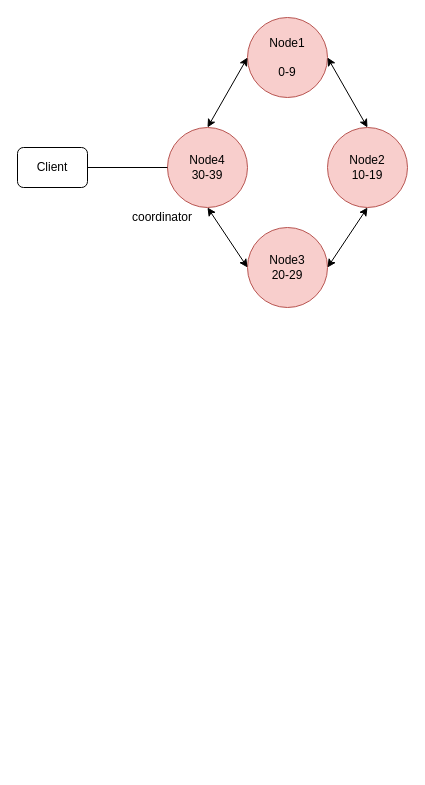
Above: page "Page-1" (1 of 2) of cassandra_learn.drawio in zhangwm1987/mydraw_io (draw.io), before the change. Source tidied: cells renumbered, new cells numbered last; positions are measured from the earlier drawing's top-left corner, leaving out a move shared by most shapes. Both pictures are drawn from the tidied source at 100%, with x=0, y=0 at pixel (17, 17).
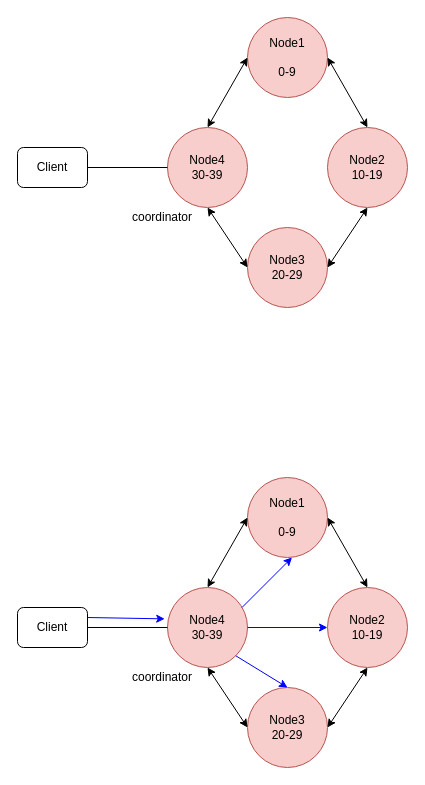
The same diagram, later.

The edit, as a diff of the source:
```diff
@@
+    <mxCell id="13" value="Node1&lt;br&gt;&lt;br&gt;0-9&lt;br&gt;" style="ellipse;whiteSpace=wrap;html=1;fillColor=#f8cecc;strokeColor=#b85450;" parent="1" vertex="1">
+      <mxGeometry x="230" y="460" width="80" height="80" as="geometry" />
+    </mxCell>
+    <mxCell id="14" value="Node4&lt;br&gt;30-39&lt;br&gt;" style="ellipse;whiteSpace=wrap;html=1;fillColor=#f8cecc;strokeColor=#b85450;" parent="1" vertex="1">
+      <mxGeometry x="150" y="570" width="80" height="80" as="geometry" />
+    </mxCell>
+    <mxCell id="15" value="Node2&lt;br&gt;10-19&lt;br&gt;" style="ellipse;whiteSpace=wrap;html=1;fillColor=#f8cecc;strokeColor=#b85450;" parent="1" vertex="1">
+      <mxGeometry x="310" y="570" width="80" height="80" as="geometry" />
+    </mxCell>
+    <mxCell id="16" value="Node3&lt;br&gt;20-29&lt;br&gt;" style="ellipse;whiteSpace=wrap;html=1;fillColor=#f8cecc;strokeColor=#b85450;" parent="1" vertex="1">
+      <mxGeometry x="230" y="670" width="80" height="80" as="geometry" />
+    </mxCell>
+    <mxCell id="17" style="endArrow=classic;startArrow=classic;html=1;entryX=0;entryY=0.5;entryDx=0;entryDy=0;exitX=0.5;exitY=0;exitDx=0;exitDy=0;" parent="1" edge="1" source="14" target="13">
+      <mxGeometry relative="1" as="geometry" />
+    </mxCell>
+    <mxCell id="18" style="endArrow=classic;startArrow=classic;html=1;entryX=0.5;entryY=1;entryDx=0;entryDy=0;exitX=0;exitY=0.5;exitDx=0;exitDy=0;" parent="1" edge="1" source="16" target="14">
+      <mxGeometry relative="1" as="geometry" />
+    </mxCell>
+    <mxCell id="19" style="endArrow=classic;startArrow=classic;html=1;entryX=0.5;entryY=1;entryDx=0;entryDy=0;exitX=1;exitY=0.5;exitDx=0;exitDy=0;" parent="1" edge="1" source="16" target="15">
+      <mxGeometry relative="1" as="geometry" />
+    </mxCell>
+    <mxCell id="20" style="endArrow=classic;startArrow=classic;html=1;entryX=0.5;entryY=0;entryDx=0;entryDy=0;exitX=1;exitY=0.5;exitDx=0;exitDy=0;" parent="1" edge="1" source="13" target="15">
+      <mxGeometry relative="1" as="geometry" />
+    </mxCell>
+    <mxCell id="21" value="Client" style="rounded=1;whiteSpace=wrap;html=1;" parent="1" vertex="1">
+      <mxGeometry y="590" width="70" height="40" as="geometry" />
+    </mxCell>
+    <mxCell id="22" style="endArrow=none;html=1;entryX=0;entryY=0.5;entryDx=0;entryDy=0;exitX=1;exitY=0.5;exitDx=0;exitDy=0;" parent="1" edge="1" source="21" target="14">
+      <mxGeometry relative="1" as="geometry" />
+    </mxCell>
+    <mxCell id="23" value="coordinator" style="text;html=1;strokeColor=none;fillColor=none;align=center;verticalAlign=middle;whiteSpace=wrap;rounded=0;" parent="1" vertex="1">
+      <mxGeometry x="90" y="650" width="110" height="20" as="geometry" />
+    </mxCell>
+    <mxCell id="24" style="endArrow=classic;html=1;entryX=-0.035;entryY=0.392;entryDx=0;entryDy=0;entryPerimeter=0;fillColor=#f8cecc;strokeColor=#0000FF;" parent="1" edge="1" target="14">
+      <mxGeometry relative="1" as="geometry">
+        <mxPoint x="70" y="600" as="sourcePoint" />
+      </mxGeometry>
+    </mxCell>
+    <mxCell id="25" style="endArrow=classic;html=1;strokeColor=#0000FF;" parent="1" edge="1">
+      <mxGeometry relative="1" as="geometry">
+        <mxPoint x="224.5" y="590" as="sourcePoint" />
+        <mxPoint x="274.5" y="540" as="targetPoint" />
+      </mxGeometry>
+    </mxCell>
+    <mxCell id="26" style="endArrow=classic;html=1;strokeColor=#0000FF;entryX=0;entryY=0.5;entryDx=0;entryDy=0;exitX=1;exitY=0.5;exitDx=0;exitDy=0;" parent="1" edge="1" source="14" target="15">
+      <mxGeometry relative="1" as="geometry" />
+    </mxCell>
+    <mxCell id="27" style="endArrow=classic;html=1;strokeColor=#0000FF;entryX=0.5;entryY=0;entryDx=0;entryDy=0;exitX=1;exitY=1;exitDx=0;exitDy=0;" parent="1" edge="1" source="14" target="16">
+      <mxGeometry relative="1" as="geometry" />
+    </mxCell>
```
